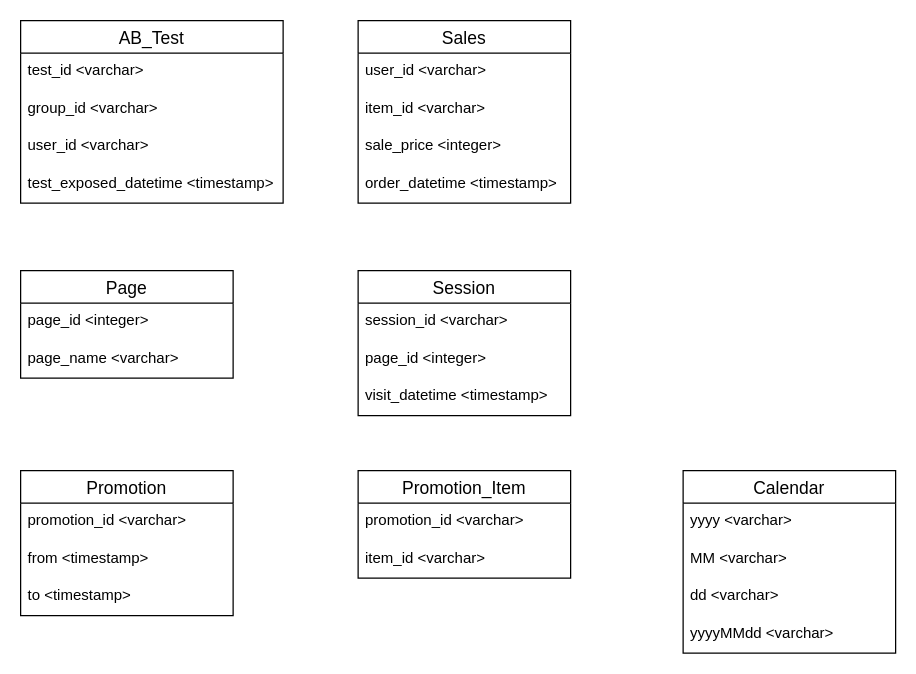
Earlier version of the draw.io diagram ERD_2.drawio (Curycu/sql-quiz). Source tidied: cells renumbered, new cells numbered last; positions are measured from the earlier drawing's top-left corner, leaving out a move shared by most shapes. Both pictures are drawn from the tidied source at 125%, with x=0, y=0 at pixel (20, 20).
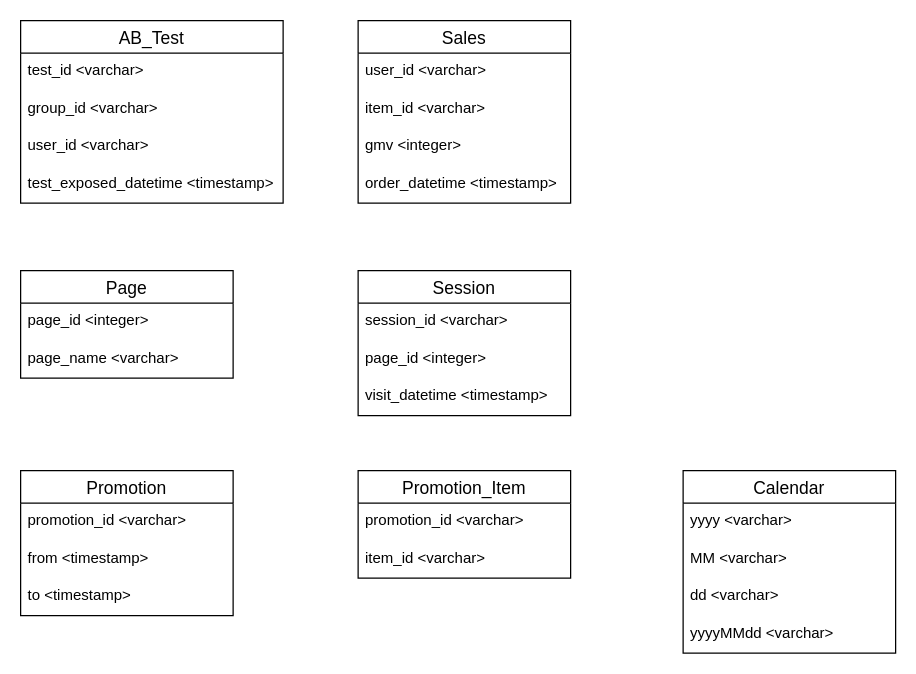
The same diagram, later.

The change refers to these unchanged cells:
```xml
<mxCell id="7" value="Sales" style="swimlane;fontStyle=0;horizontal=1;startSize=26;align=center;fontSize=14;" parent="1" vertex="1">
  <mxGeometry x="270" width="170" height="146" as="geometry" />
</mxCell>
```

Change to the diagram source:
```diff
@@
-    <mxCell id="10" value="sale_price &lt;integer&gt;" style="text;strokeColor=none;fillColor=none;spacingLeft=4;spacingRight=4;overflow=hidden;fontSize=12;" parent="7" vertex="1">
+    <mxCell id="10" value="gmv &lt;integer&gt;" style="text;strokeColor=none;fillColor=none;spacingLeft=4;spacingRight=4;overflow=hidden;fontSize=12;" parent="7" vertex="1">
       <mxGeometry y="86" width="170" height="30" as="geometry" />
     </mxCell>
```
